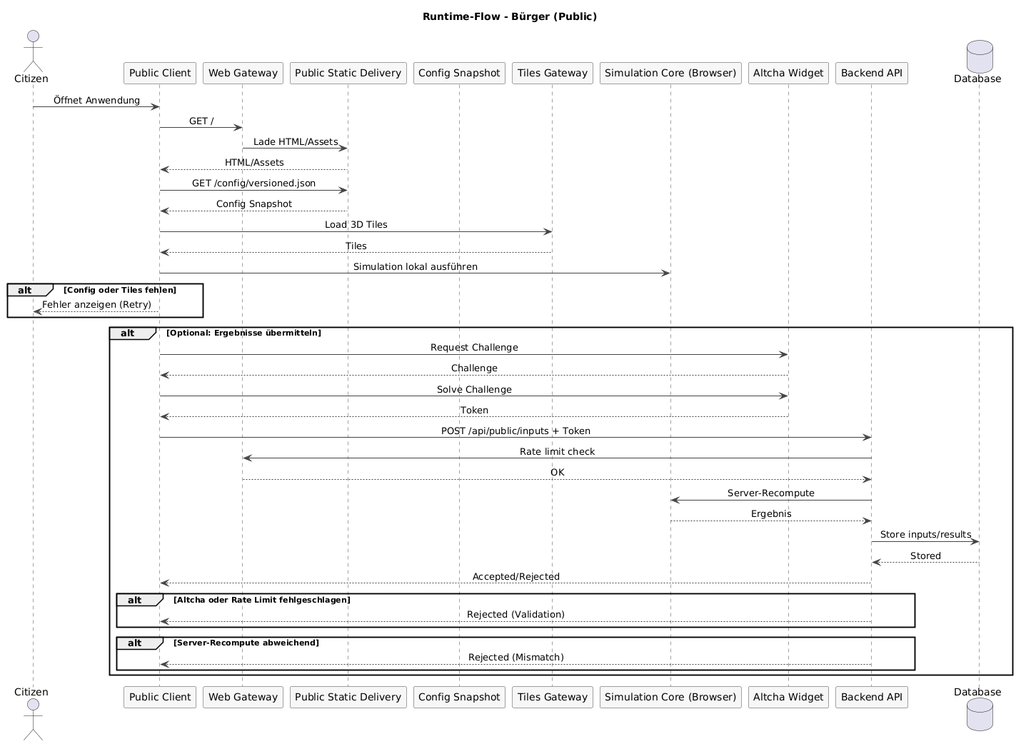
Before: docs/architecture/attachments/runtime-flow-public.png, a diagram exported from PlantUML (csi-FOXBYTE/Regensburg_DigitalerEnergieZwilling_Backend). The source it was exported from:
```plantuml
@startuml
skinparam sequenceMessageAlign center
skinparam responseMessageBelowArrow true
skinparam sequence {
  ParticipantBorderColor #444444
  ParticipantBackgroundColor #F7F7F7
  LifeLineBorderColor #444444
  ArrowColor #444444
  NoteBorderColor #444444
  NoteBackgroundColor #F7F7F7
}

title Runtime-Flow - Bürger (Public)

actor Citizen as user
participant "Public Client" as client
participant "Web Gateway" as gateway
participant "Public Static Delivery" as public_static
participant "Config Snapshot" as config
participant "Tiles Gateway" as tiles
participant "Simulation Core (Browser)" as sim
participant "Altcha Widget" as altcha
participant "Backend API" as api
database "Database" as db

user -> client: Öffnet Anwendung
client -> gateway: GET /
gateway -> public_static: Lade HTML/Assets
public_static --> client: HTML/Assets
client -> public_static: GET /config/versioned.json
public_static --> client: Config Snapshot
client -> tiles: Load 3D Tiles
tiles --> client: Tiles
client -> sim: Simulation lokal ausführen

alt Config oder Tiles fehlen
  client --> user: Fehler anzeigen (Retry)
end

alt Optional: Ergebnisse übermitteln
  client -> altcha: Request Challenge
  altcha --> client: Challenge
  client -> altcha: Solve Challenge
  altcha --> client: Token
  client -> api: POST /api/public/inputs + Token
  api -> gateway: Rate limit check
  gateway --> api: OK
  api -> sim: Server-Recompute
  sim --> api: Ergebnis
  api -> db: Store inputs/results
  db --> api: Stored
  api --> client: Accepted/Rejected

  alt Altcha oder Rate Limit fehlgeschlagen
    api --> client: Rejected (Validation)
  end

  alt Server-Recompute abweichend
    api --> client: Rejected (Mismatch)
  end
end
@enduml
```
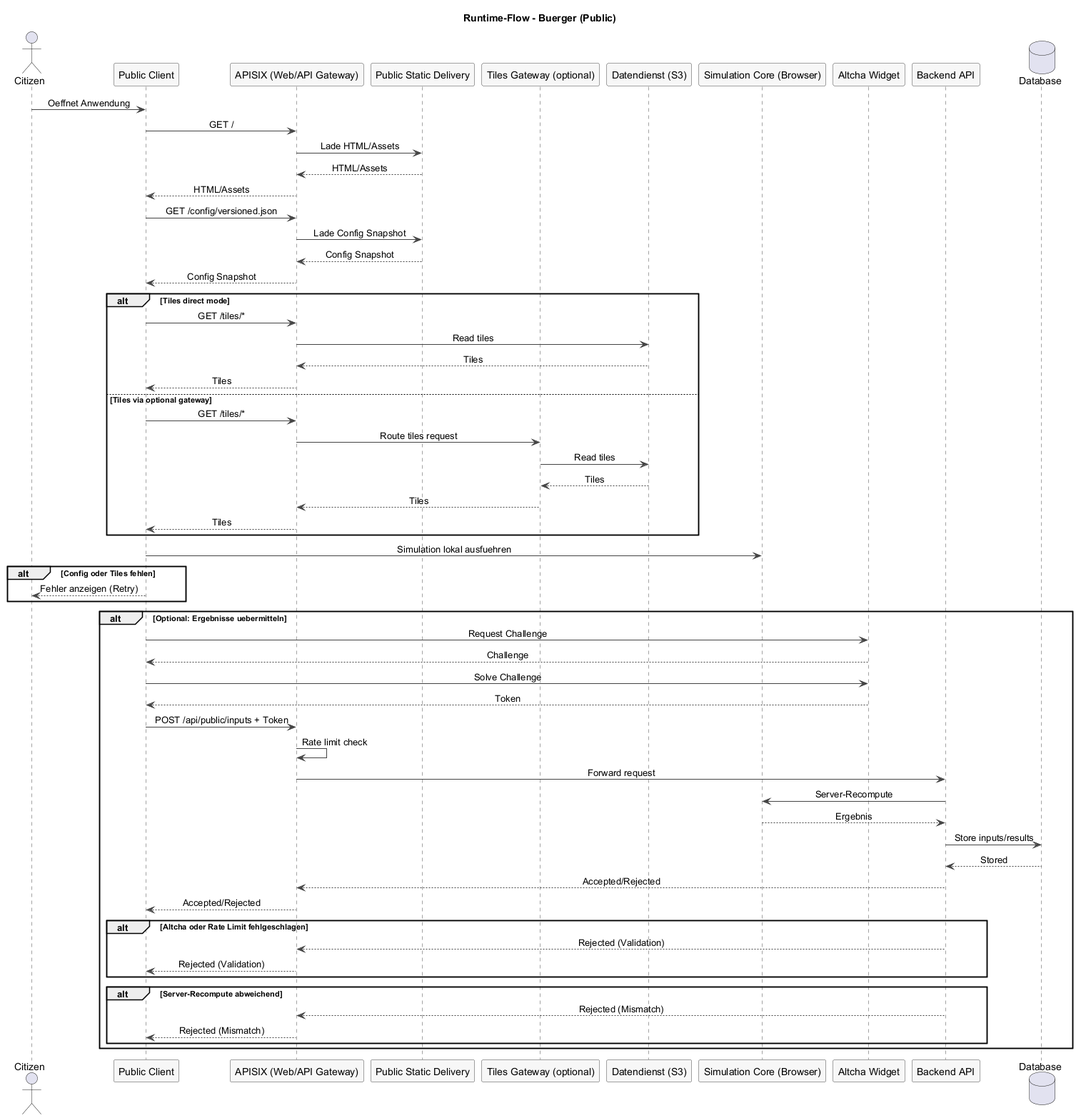
After the change.

The edit, as a diff of the source:
```diff
@@ -10,53 +10,74 @@
   NoteBackgroundColor #F7F7F7
 }
 
-title Runtime-Flow - Bürger (Public)
+title Runtime-Flow - Buerger (Public)
 
 actor Citizen as user
 participant "Public Client" as client
-participant "Web Gateway" as gateway
+participant "APISIX (Web/API Gateway)" as gateway
 participant "Public Static Delivery" as public_static
-participant "Config Snapshot" as config
-participant "Tiles Gateway" as tiles
+participant "Tiles Gateway (optional)" as tiles
+participant "Datendienst (S3)" as s3
 participant "Simulation Core (Browser)" as sim
 participant "Altcha Widget" as altcha
 participant "Backend API" as api
 database "Database" as db
 
-user -> client: Öffnet Anwendung
+user -> client: Oeffnet Anwendung
 client -> gateway: GET /
 gateway -> public_static: Lade HTML/Assets
-public_static --> client: HTML/Assets
-client -> public_static: GET /config/versioned.json
-public_static --> client: Config Snapshot
-client -> tiles: Load 3D Tiles
-tiles --> client: Tiles
-client -> sim: Simulation lokal ausführen
+public_static --> gateway: HTML/Assets
+gateway --> client: HTML/Assets
+
+client -> gateway: GET /config/versioned.json
+gateway -> public_static: Lade Config Snapshot
+public_static --> gateway: Config Snapshot
+gateway --> client: Config Snapshot
+
+alt Tiles direct mode
+  client -> gateway: GET /tiles/*
+  gateway -> s3: Read tiles
+  s3 --> gateway: Tiles
+  gateway --> client: Tiles
+else Tiles via optional gateway
+  client -> gateway: GET /tiles/*
+  gateway -> tiles: Route tiles request
+  tiles -> s3: Read tiles
+  s3 --> tiles: Tiles
+  tiles --> gateway: Tiles
+  gateway --> client: Tiles
+end
+
+client -> sim: Simulation lokal ausfuehren
 
 alt Config oder Tiles fehlen
   client --> user: Fehler anzeigen (Retry)
 end
 
-alt Optional: Ergebnisse übermitteln
+alt Optional: Ergebnisse uebermitteln
   client -> altcha: Request Challenge
   altcha --> client: Challenge
   client -> altcha: Solve Challenge
   altcha --> client: Token
-  client -> api: POST /api/public/inputs + Token
-  api -> gateway: Rate limit check
-  gateway --> api: OK
+  client -> gateway: POST /api/public/inputs + Token
+  gateway -> gateway: Rate limit check
+  gateway -> api: Forward request
   api -> sim: Server-Recompute
   sim --> api: Ergebnis
   api -> db: Store inputs/results
   db --> api: Stored
-  api --> client: Accepted/Rejected
+  api --> gateway: Accepted/Rejected
+  gateway --> client: Accepted/Rejected
 
   alt Altcha oder Rate Limit fehlgeschlagen
-    api --> client: Rejected (Validation)
+    api --> gateway: Rejected (Validation)
+    gateway --> client: Rejected (Validation)
   end
 
   alt Server-Recompute abweichend
-    api --> client: Rejected (Mismatch)
+    api --> gateway: Rejected (Mismatch)
+    gateway --> client: Rejected (Mismatch)
   end
 end
+
 @enduml
```
